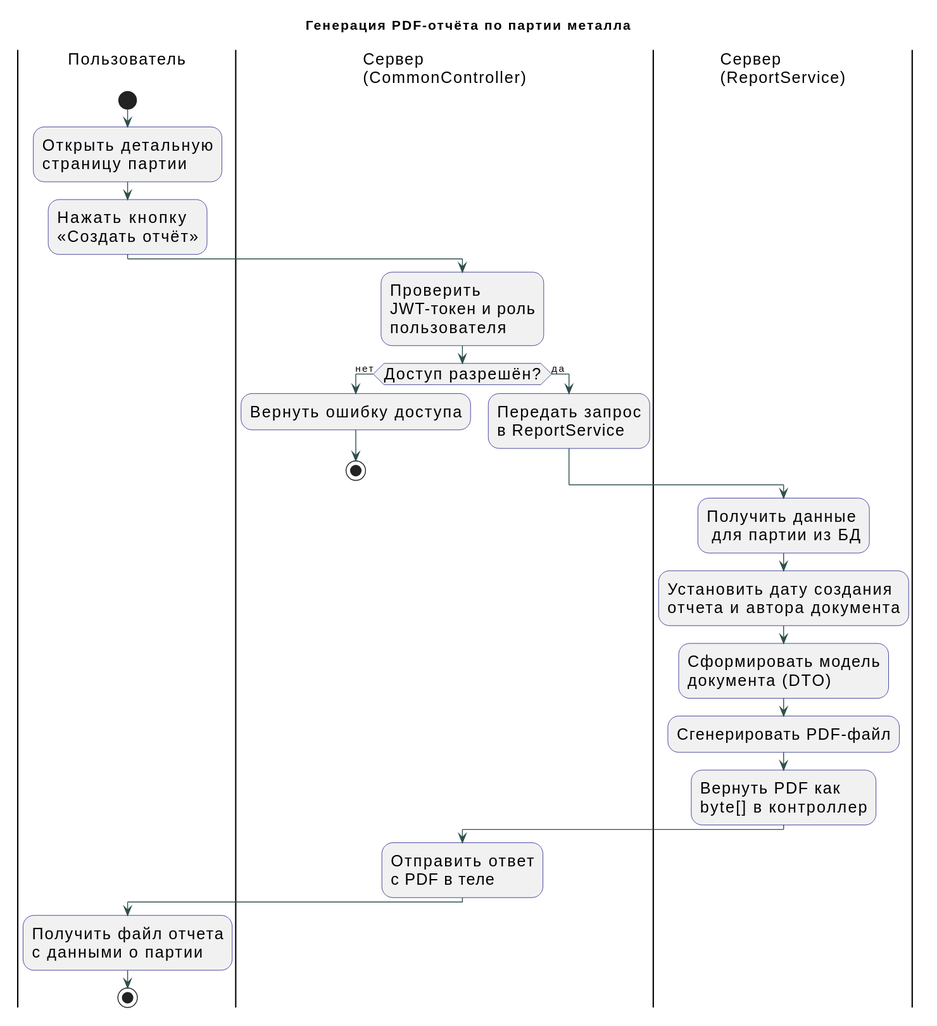
Before: Документы/Диаграмма uml активности.svg, a diagram exported from PlantUML (koshachya-myatka/vkr).
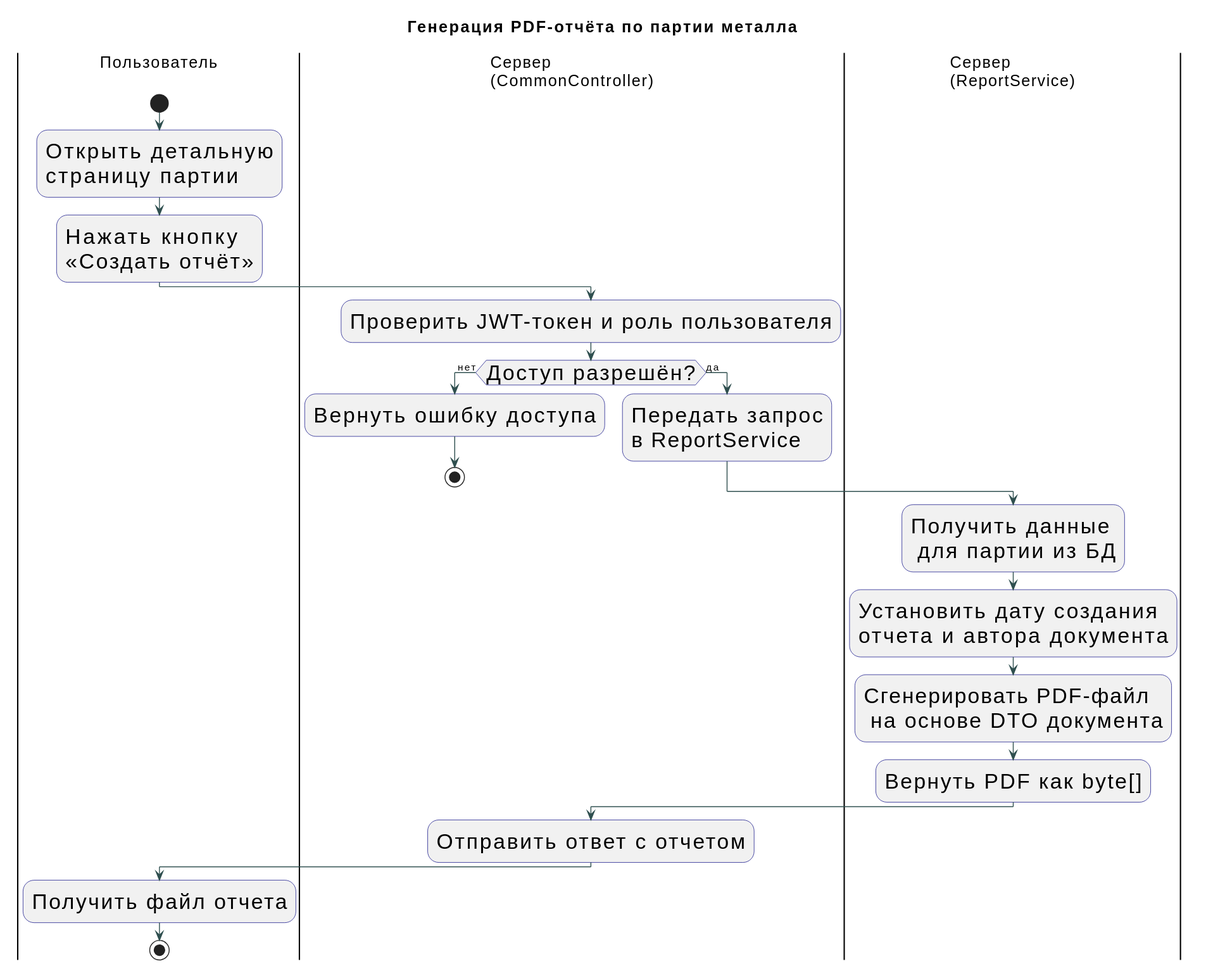
After the change.

Change to the diagram source:
```diff
@@ -1,11 +1,11 @@
 @startuml
 skinparam activity {
   BorderColor Navy
-  FontSize 18
+  FontSize 24
   ArrowColor DarkSlateGray
 }
 skinparam title {
-  FontSize 15
+  FontSize 18
   FontStyle Bold
 }
 
@@ -17,7 +17,7 @@
 :Нажать кнопку\n«Создать отчёт»;
 
 |Сервер\n(CommonController)|
-:Проверить\nJWT-токен и роль\nпользователя;
+:Проверить JWT-токен и роль пользователя;
 if (Доступ разрешён?) then (нет)
   :Вернуть ошибку доступа;
   stop
@@ -29,14 +29,13 @@
 :Получить данные\n для партии из БД;
 
 :Установить дату создания\nотчета и автора документа;
-:Сформировать модель\nдокумента (DTO);
-:Сгенерировать PDF-файл;
-:Вернуть PDF как\nbyte[] в контроллер;
+:Сгенерировать PDF-файл\n на основе DTO документа;
+:Вернуть PDF как byte[];
 
 |Сервер\n(CommonController)|
-:Отправить ответ\nс PDF в теле;
+:Отправить ответ с отчетом;
 
 |Пользователь|
-:Получить файл отчета\nс данными о партии;
+:Получить файл отчета;
 stop
 @enduml
```
